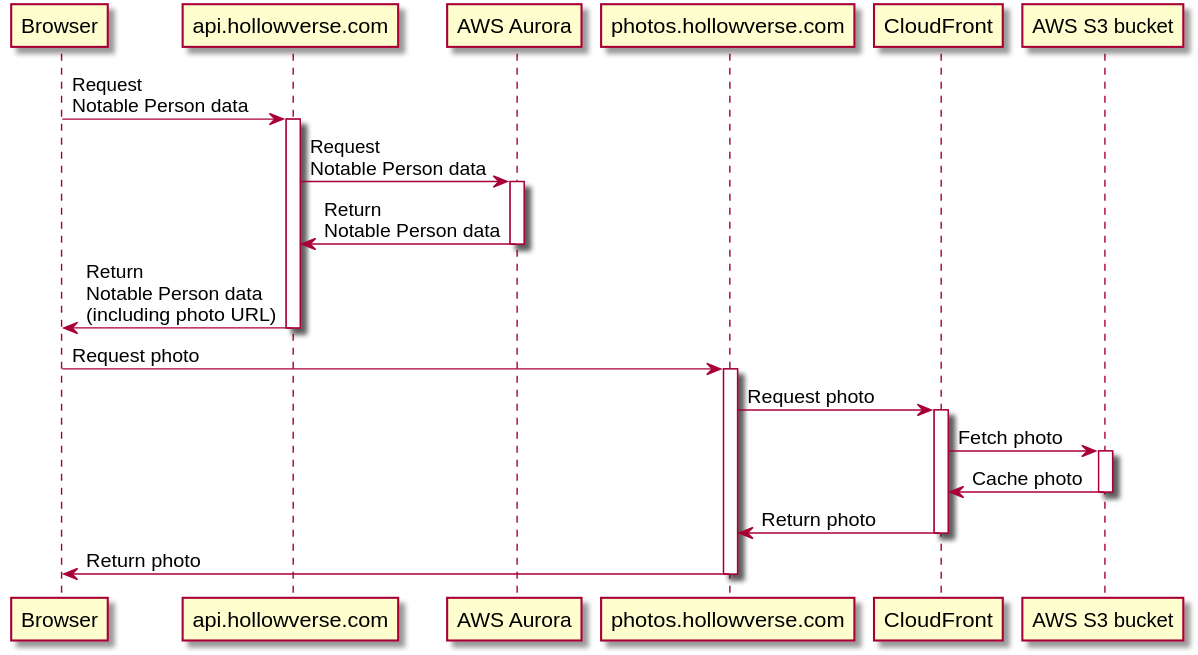
Above: architectures/diagrams/afterDownloadingIndexHtmlNotablePersonPage.puml.svg in hollowverse-archive/architecture (PlantUML), before the change. Its source is kept beside it as architectures/diagrams/afterDownloadingIndexHtmlNotablePersonPage.puml. The source it was exported from:
```plantuml
@startuml
participant Browser as browser
participant "api.hollowverse.com" as api
participant "AWS Aurora" as aurora
participant "photos.hollowverse.com" as photos
participant CloudFront as cf
participant "AWS S3 bucket" as s3

browser -> api: Request\nNotable Person data
activate api
api -> aurora: Request\nNotable Person data
activate aurora
aurora -> api: Return\nNotable Person data
deactivate aurora
api -> browser: Return\nNotable Person data\n(including photo URL)
deactivate api
browser -> photos: Request photo
activate photos
photos -> cf: Request photo
activate cf
cf -> s3: Fetch photo
activate s3
s3 -> cf: Cache photo
deactivate s3
cf -> photos: Return photo
deactivate cf
photos -> browser: Return photo
deactivate photos
@enduml
```
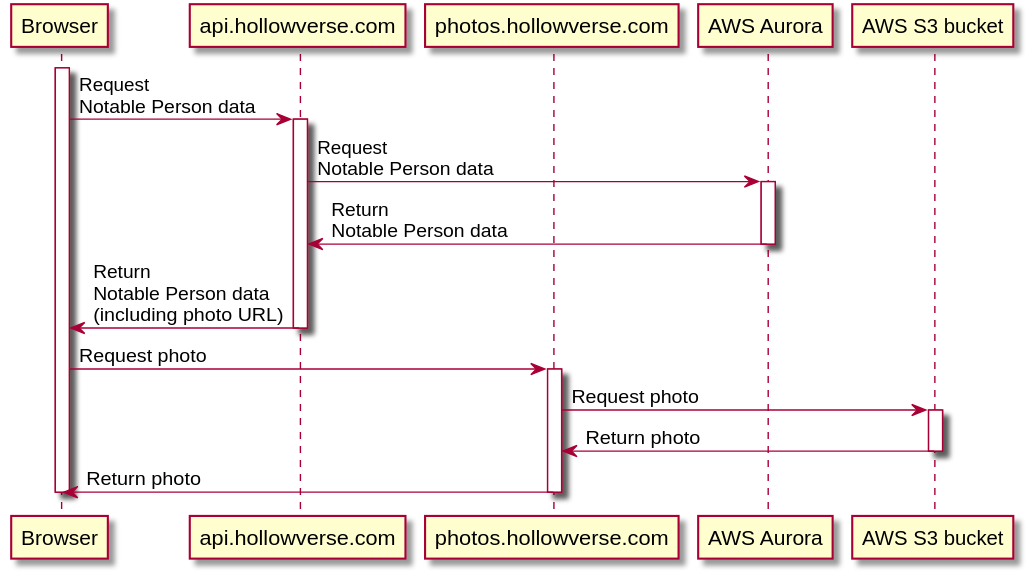
After the change.

What changed in the source:
```diff
@@ -1,11 +1,11 @@
 @startuml
 participant Browser as browser
 participant "api.hollowverse.com" as api
+participant "photos.hollowverse.com" as photos
 participant "AWS Aurora" as aurora
-participant "photos.hollowverse.com" as photos
-participant CloudFront as cf
 participant "AWS S3 bucket" as s3
 
+activate browser
 browser -> api: Request\nNotable Person data
 activate api
 api -> aurora: Request\nNotable Person data
@@ -16,14 +16,11 @@
 deactivate api
 browser -> photos: Request photo
 activate photos
-photos -> cf: Request photo
-activate cf
-cf -> s3: Fetch photo
+photos -> s3: Request photo
 activate s3
-s3 -> cf: Cache photo
+s3 -> photos: Return photo
 deactivate s3
-cf -> photos: Return photo
-deactivate cf
 photos -> browser: Return photo
 deactivate photos
+deactivate browser
 @enduml
```
